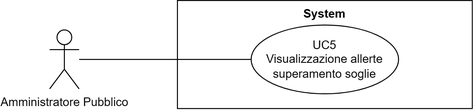
The draw.io diagram src/3_PB/AnalisiDeiRequisiti/assets/UML/UC5_Visualizzazione-allerte-superamento-soglie.png in SWATEngineering/Docs, before a commit. Source tidied: cells renumbered, new cells last; positions are measured from the earlier drawing's top-left corner, leaving out a move shared by most shapes.
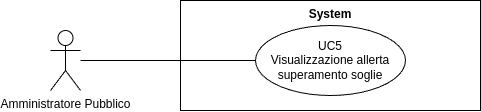
After the commit.

Diff of the diagram source:
```diff
@@ -8,7 +8,7 @@
     <mxCell id="3" value="System" style="shape=rect;html=1;verticalAlign=top;fontStyle=1;whiteSpace=wrap;align=center;" parent="1" vertex="1">
       <mxGeometry x="130" width="300" height="110" as="geometry" />
     </mxCell>
-    <mxCell id="4" value="UC5&lt;br&gt;Visualizzazione allerte superamento soglie" style="ellipse;whiteSpace=wrap;html=1;" parent="1" vertex="1">
+    <mxCell id="4" value="UC5&lt;br&gt;Visualizzazione allerta superamento soglie" style="ellipse;whiteSpace=wrap;html=1;" parent="1" vertex="1">
       <mxGeometry x="205" y="25" width="150" height="70" as="geometry" />
     </mxCell>
     <mxCell id="5" style="edgeStyle=none;html=1;endArrow=none;verticalAlign=bottom;rounded=0;" parent="1" edge="1" source="2" target="4">
```
